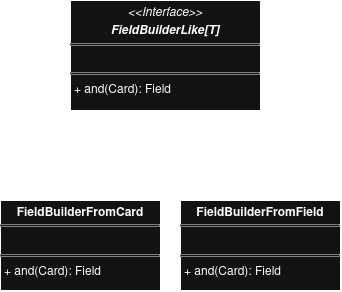
The draw.io diagram docs/FieldDSL.drawio.png in TorioCrema/PPS-25-functus, before a commit. Source tidied: cells renumbered, new cells last; positions are measured from the earlier drawing's top-left corner, leaving out a move shared by most shapes. Its diagram source:
```xml
<mxGraphModel>
  <root>
    <mxCell id="0" />
    <mxCell id="1" parent="0" />
    <mxCell id="2" style="edgeStyle=orthogonalEdgeStyle;rounded=0;jettySize=auto;html=1;entryX=0.5;entryY=0;entryDx=0;entryDy=0;endArrow=block;endFill=1;" parent="1" edge="1" source="3" target="6">
      <mxGeometry relative="1" as="geometry" />
    </mxCell>
    <mxCell id="3" value="&lt;p style=&quot;margin:0px;margin-top:4px;text-align:center;&quot;&gt;&lt;i&gt;&amp;lt;&amp;lt;Interface&amp;gt;&amp;gt;&lt;/i&gt;&lt;/p&gt;&lt;p style=&quot;margin:0px;margin-top:4px;text-align:center;&quot;&gt;&lt;i&gt;&lt;b&gt;FieldBuilderLike[T]&lt;/b&gt;&lt;/i&gt;&lt;/p&gt;&lt;hr size=&quot;1&quot; style=&quot;border-style:solid;&quot;&gt;&lt;p style=&quot;margin:0px;margin-left:4px;&quot;&gt;&lt;br&gt;&lt;/p&gt;&lt;hr size=&quot;1&quot; style=&quot;border-style:solid;&quot;&gt;&lt;p style=&quot;margin:0px;margin-left:4px;&quot;&gt;+ and(Card): Field&lt;/p&gt;" style="verticalAlign=top;align=left;overflow=fill;html=1;whiteSpace=wrap;" parent="1" vertex="1">
      <mxGeometry x="70" width="190" height="110" as="geometry" />
    </mxCell>
    <mxCell id="4" style="edgeStyle=orthogonalEdgeStyle;rounded=0;jettySize=auto;html=1;exitX=0.5;exitY=0;exitDx=0;exitDy=0;endArrow=none;endFill=0;startArrow=block;startFill=1;" parent="1" edge="1" source="5" target="3">
      <mxGeometry relative="1" as="geometry" />
    </mxCell>
    <mxCell id="5" value="&lt;p style=&quot;margin:0px;margin-top:4px;text-align:center;&quot;&gt;&lt;b&gt;FieldBuilderFromCard&lt;/b&gt;&lt;/p&gt;&lt;hr size=&quot;1&quot; style=&quot;border-style:solid;&quot;&gt;&lt;p style=&quot;margin:0px;margin-left:4px;&quot;&gt;&lt;br&gt;&lt;/p&gt;&lt;hr size=&quot;1&quot; style=&quot;border-style:solid;&quot;&gt;&lt;p style=&quot;margin:0px;margin-left:4px;&quot;&gt;+ and(Card): Field&lt;/p&gt;" style="verticalAlign=top;align=left;overflow=fill;html=1;whiteSpace=wrap;" parent="1" vertex="1">
      <mxGeometry y="200" width="160" height="90" as="geometry" />
    </mxCell>
    <mxCell id="6" value="&lt;p style=&quot;margin:0px;margin-top:4px;text-align:center;&quot;&gt;&lt;b&gt;FieldBuilderFromField&lt;/b&gt;&lt;/p&gt;&lt;hr size=&quot;1&quot; style=&quot;border-style:solid;&quot;&gt;&lt;p style=&quot;margin:0px;margin-left:4px;&quot;&gt;&lt;br&gt;&lt;/p&gt;&lt;hr size=&quot;1&quot; style=&quot;border-style:solid;&quot;&gt;&lt;p style=&quot;margin:0px;margin-left:4px;&quot;&gt;+ and(Card): Field&lt;/p&gt;" style="verticalAlign=top;align=left;overflow=fill;html=1;whiteSpace=wrap;" parent="1" vertex="1">
      <mxGeometry x="180" y="200" width="160" height="90" as="geometry" />
    </mxCell>
  </root>
</mxGraphModel>
```
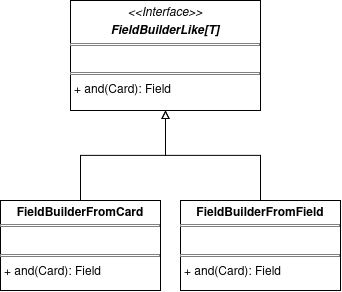
Above is the later version.

What changed in the source:
```diff
@@ -2,13 +2,13 @@
   <root>
     <mxCell id="0" />
     <mxCell id="1" parent="0" />
-    <mxCell id="2" style="edgeStyle=orthogonalEdgeStyle;rounded=0;jettySize=auto;html=1;entryX=0.5;entryY=0;entryDx=0;entryDy=0;endArrow=block;endFill=1;" parent="1" edge="1" source="3" target="6">
+    <mxCell id="2" style="edgeStyle=orthogonalEdgeStyle;rounded=0;jettySize=auto;html=1;entryX=0.5;entryY=0;entryDx=0;entryDy=0;endArrow=none;endFill=0;exitX=0.5;exitY=1;exitDx=0;exitDy=0;startArrow=block;startFill=0;" parent="1" edge="1" source="3" target="6">
       <mxGeometry relative="1" as="geometry" />
     </mxCell>
     <mxCell id="3" value="&lt;p style=&quot;margin:0px;margin-top:4px;text-align:center;&quot;&gt;&lt;i&gt;&amp;lt;&amp;lt;Interface&amp;gt;&amp;gt;&lt;/i&gt;&lt;/p&gt;&lt;p style=&quot;margin:0px;margin-top:4px;text-align:center;&quot;&gt;&lt;i&gt;&lt;b&gt;FieldBuilderLike[T]&lt;/b&gt;&lt;/i&gt;&lt;/p&gt;&lt;hr size=&quot;1&quot; style=&quot;border-style:solid;&quot;&gt;&lt;p style=&quot;margin:0px;margin-left:4px;&quot;&gt;&lt;br&gt;&lt;/p&gt;&lt;hr size=&quot;1&quot; style=&quot;border-style:solid;&quot;&gt;&lt;p style=&quot;margin:0px;margin-left:4px;&quot;&gt;+ and(Card): Field&lt;/p&gt;" style="verticalAlign=top;align=left;overflow=fill;html=1;whiteSpace=wrap;" parent="1" vertex="1">
       <mxGeometry x="70" width="190" height="110" as="geometry" />
     </mxCell>
-    <mxCell id="4" style="edgeStyle=orthogonalEdgeStyle;rounded=0;jettySize=auto;html=1;exitX=0.5;exitY=0;exitDx=0;exitDy=0;endArrow=none;endFill=0;startArrow=block;startFill=1;" parent="1" edge="1" source="5" target="3">
+    <mxCell id="4" style="edgeStyle=orthogonalEdgeStyle;rounded=0;jettySize=auto;html=1;exitX=0.5;exitY=0;exitDx=0;exitDy=0;endArrow=block;endFill=0;startArrow=none;startFill=0;" parent="1" edge="1" source="5" target="3">
       <mxGeometry relative="1" as="geometry" />
     </mxCell>
     <mxCell id="5" value="&lt;p style=&quot;margin:0px;margin-top:4px;text-align:center;&quot;&gt;&lt;b&gt;FieldBuilderFromCard&lt;/b&gt;&lt;/p&gt;&lt;hr size=&quot;1&quot; style=&quot;border-style:solid;&quot;&gt;&lt;p style=&quot;margin:0px;margin-left:4px;&quot;&gt;&lt;br&gt;&lt;/p&gt;&lt;hr size=&quot;1&quot; style=&quot;border-style:solid;&quot;&gt;&lt;p style=&quot;margin:0px;margin-left:4px;&quot;&gt;+ and(Card): Field&lt;/p&gt;" style="verticalAlign=top;align=left;overflow=fill;html=1;whiteSpace=wrap;" parent="1" vertex="1">
```
